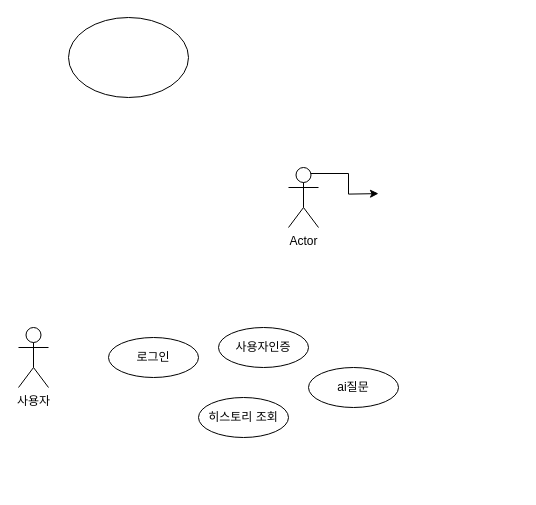
Earlier version of the draw.io diagram 소고기국밥.drawio (SOGONG-FD/FM-AI). Source tidied: cells renumbered, new cells numbered last; positions are measured from the earlier drawing's top-left corner, leaving out a move shared by most shapes. Both pictures are drawn from the tidied source at 100%, with x=0, y=0 at pixel (18, 17).
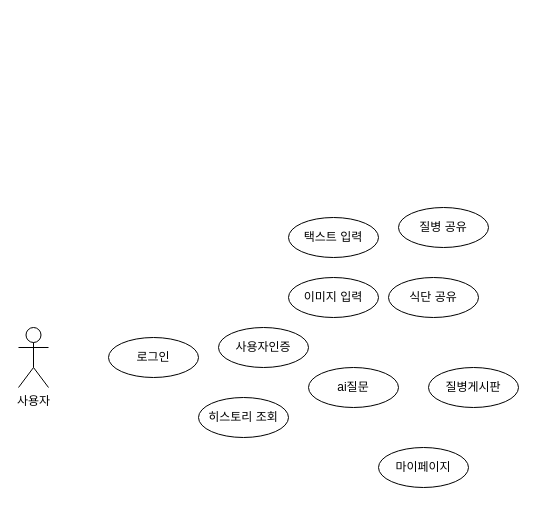
The same page after the edit.

Commit message (it also covers changes not shown here):
소고기국밥.drawio 업데이트

The edit, as a diff of the source:
```diff
@@
 <mxGraphModel>
   <root>
     <mxCell id="0" />
     <mxCell id="1" parent="0" />
-    <mxCell id="2" style="ellipse;whiteSpace=wrap;html=1;" parent="1" vertex="1">
-      <mxGeometry x="50" width="120" height="80" as="geometry" />
-    </mxCell>
-    <mxCell id="3" style="edgeStyle=orthogonalEdgeStyle;rounded=0;jettySize=auto;html=1;exitX=0.75;exitY=0.1;exitDx=0;exitDy=0;exitPerimeter=0;" parent="1" edge="1" source="4">
-      <mxGeometry relative="1" as="geometry">
-        <mxPoint x="360" y="176.1" as="targetPoint" />
-      </mxGeometry>
-    </mxCell>
-    <mxCell id="4" value="Actor" style="shape=umlActor;verticalLabelPosition=bottom;verticalAlign=top;html=1;outlineConnect=0;" parent="1" vertex="1">
-      <mxGeometry x="270" y="150" width="30" height="60" as="geometry" />
-    </mxCell>
     <mxCell id="5" value="사용자" style="shape=umlActor;verticalLabelPosition=bottom;verticalAlign=top;html=1;" parent="1" vertex="1">
       <mxGeometry y="310" width="30" height="60" as="geometry" />
     </mxCell>
     <mxCell id="6" value="로그인" style="ellipse;whiteSpace=wrap;html=1;" parent="1" vertex="1">
       <mxGeometry x="90" y="320" width="90" height="40" as="geometry" />
     </mxCell>
     <mxCell id="7" value="사용자인증" style="ellipse;whiteSpace=wrap;html=1;" parent="1" vertex="1">
       <mxGeometry x="200" y="310" width="90" height="40" as="geometry" />
     </mxCell>
     <mxCell id="8" value="히스토리 조회" style="ellipse;whiteSpace=wrap;html=1;" parent="1" vertex="1">
       <mxGeometry x="180" y="380" width="90" height="40" as="geometry" />
     </mxCell>
     <mxCell id="9" value="ai질문" style="ellipse;whiteSpace=wrap;html=1;" parent="1" vertex="1">
       <mxGeometry x="290" y="350" width="90" height="40" as="geometry" />
     </mxCell>
+    <mxCell id="10" value="마이페이지" style="ellipse;whiteSpace=wrap;html=1;" parent="1" vertex="1">
+      <mxGeometry x="360" y="430" width="90" height="40" as="geometry" />
+    </mxCell>
+    <mxCell id="11" value="질병게시판" style="ellipse;whiteSpace=wrap;html=1;" parent="1" vertex="1">
+      <mxGeometry x="410" y="350" width="90" height="40" as="geometry" />
+    </mxCell>
+    <mxCell id="12" value="식단 공유" style="ellipse;whiteSpace=wrap;html=1;" parent="1" vertex="1">
+      <mxGeometry x="370" y="260" width="90" height="40" as="geometry" />
+    </mxCell>
+    <mxCell id="13" value="이미지 입력" style="ellipse;whiteSpace=wrap;html=1;" parent="1" vertex="1">
+      <mxGeometry x="270" y="260" width="90" height="40" as="geometry" />
+    </mxCell>
+    <mxCell id="14" value="택스트&lt;span style=&quot;background-color: transparent; color: light-dark(rgb(0, 0, 0), rgb(255, 255, 255));&quot;&gt;&amp;nbsp;입력&lt;/span&gt;" style="ellipse;whiteSpace=wrap;html=1;" parent="1" vertex="1">
+      <mxGeometry x="270" y="200" width="90" height="40" as="geometry" />
+    </mxCell>
+    <mxCell id="15" value="질병 공유" style="ellipse;whiteSpace=wrap;html=1;" parent="1" vertex="1">
+      <mxGeometry x="380" y="190" width="90" height="40" as="geometry" />
+    </mxCell>
   </root>
 </mxGraphModel>
```
